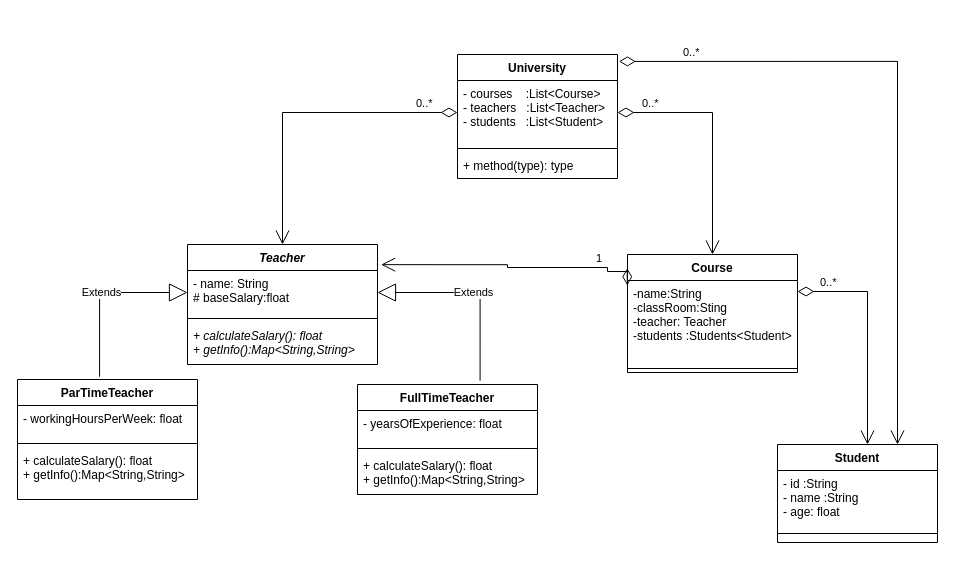
The draw.io diagram ULM-FinalProject.drawio in jhercas25/FinalProject, before the edit. Source tidied: cells renumbered, new cells numbered last; positions are measured from the earlier drawing's top-left corner, leaving out a move shared by most shapes. Both pictures are drawn from the tidied source at 100%, with x=0, y=0 at pixel (17, 54).
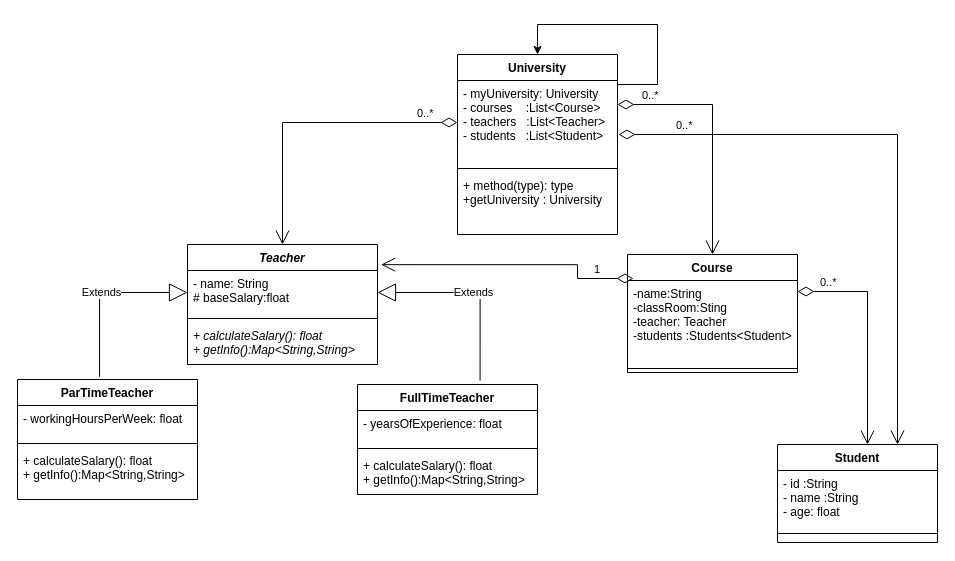
The same page after the edit.

Commit message (it also covers changes not shown here):
Refactor to final step after create new Course o Student

The change refers to these unchanged cells:
```xml
<mxCell id="6" value="Teacher" style="swimlane;fontStyle=3;align=center;verticalAlign=top;horizontal=1;startSize=26;" parent="1" vertex="1">
  <mxGeometry x="170" y="190" width="190" height="120" as="geometry" />
</mxCell>
<mxCell id="18" value="Course" style="swimlane;fontStyle=1;align=center;verticalAlign=top;horizontal=1;startSize=26;" parent="1" vertex="1">
  <mxGeometry x="610" y="200" width="170" height="118" as="geometry" />
</mxCell>
<mxCell id="21" value="Student" style="swimlane;fontStyle=1;align=center;verticalAlign=top;horizontal=1;startSize=26;" parent="1" vertex="1">
  <mxGeometry x="760" y="390" width="160" height="98" as="geometry" />
</mxCell>
```

Change to the diagram source:
```diff
@@
     <mxCell id="2" value="University" style="swimlane;fontStyle=1;align=center;verticalAlign=top;horizontal=1;startSize=26;" parent="1" vertex="1">
-      <mxGeometry x="440" width="160" height="124" as="geometry" />
+      <mxGeometry x="440" width="160" height="180" as="geometry" />
     </mxCell>
-    <mxCell id="3" value="- courses    :List&lt;Course&gt;&#10;- teachers   :List&lt;Teacher&gt;&#10;- students   :List&lt;Student&gt;&#10;" style="text;strokeColor=none;fillColor=none;align=left;verticalAlign=top;spacingLeft=4;spacingRight=4;overflow=hidden;points=[[0,0.5],[1,0.5]];portConstraint=eastwest;" parent="2" vertex="1">
-      <mxGeometry y="26" width="160" height="64" as="geometry" />
+    <mxCell id="3" value="- myUniversity: University&#10;- courses    :List&lt;Course&gt;&#10;- teachers   :List&lt;Teacher&gt;&#10;- students   :List&lt;Student&gt;&#10;" style="text;strokeColor=none;fillColor=none;align=left;verticalAlign=top;spacingLeft=4;spacingRight=4;overflow=hidden;points=[[0,0.5],[1,0.5]];portConstraint=eastwest;" parent="2" vertex="1">
+      <mxGeometry y="26" width="160" height="84" as="geometry" />
     </mxCell>
     <mxCell id="4" style="line;strokeWidth=1;fillColor=none;align=left;verticalAlign=middle;spacingTop=-1;spacingLeft=3;spacingRight=3;labelPosition=right;" parent="2" vertex="1">
-      <mxGeometry y="90" width="160" height="8" as="geometry" />
+      <mxGeometry y="110" width="160" height="8" as="geometry" />
     </mxCell>
-    <mxCell id="5" value="+ method(type): type" style="text;strokeColor=none;fillColor=none;align=left;verticalAlign=top;spacingLeft=4;spacingRight=4;overflow=hidden;" parent="2" vertex="1">
-      <mxGeometry y="98" width="160" height="26" as="geometry" />
+    <mxCell id="5" value="+ method(type): type&#10;+getUniversity : University" style="text;strokeColor=none;fillColor=none;align=left;verticalAlign=top;spacingLeft=4;spacingRight=4;overflow=hidden;" parent="2" vertex="1">
+      <mxGeometry y="118" width="160" height="62" as="geometry" />
     </mxCell>
+    <mxCell id="31" style="edgeStyle=orthogonalEdgeStyle;rounded=0;jettySize=auto;html=1;entryX=0.5;entryY=0;entryDx=0;entryDy=0;exitX=1;exitY=0.5;exitDx=0;exitDy=0;" parent="2" edge="1" source="3" target="2">
+      <mxGeometry relative="1" as="geometry">
+        <Array as="points">
+          <mxPoint x="160" y="30" />
+          <mxPoint x="200" y="30" />
+          <mxPoint x="200" y="-30" />
+          <mxPoint x="80" y="-30" />
+        </Array>
+      </mxGeometry>
+    </mxCell>
@@
-    <mxCell id="27" value="0..*" style="endArrow=open;html=1;endSize=12;startArrow=diamondThin;startSize=14;startFill=0;edgeStyle=orthogonalEdgeStyle;align=left;verticalAlign=bottom;rounded=0;entryX=0.5;entryY=0;entryDx=0;entryDy=0;exitX=1;exitY=0.5;exitDx=0;exitDy=0;" parent="1" edge="1" source="3" target="18">
+    <mxCell id="27" value="0..*" style="endArrow=open;html=1;endSize=12;startArrow=diamondThin;startSize=14;startFill=0;edgeStyle=orthogonalEdgeStyle;align=left;verticalAlign=bottom;rounded=0;entryX=0.5;entryY=0;entryDx=0;entryDy=0;" parent="1" edge="1" target="18">
       <mxGeometry x="-0.81" relative="1" as="geometry">
+        <mxPoint x="600" y="50" as="sourcePoint" />
         <Array as="points">
-          <mxPoint x="695" y="58" />
+          <mxPoint x="600" y="50" />
+          <mxPoint x="695" y="50" />
         </Array>
       </mxGeometry>
     </mxCell>
-    <mxCell id="28" value="0..*" style="endArrow=open;html=1;endSize=12;startArrow=diamondThin;startSize=14;startFill=0;edgeStyle=orthogonalEdgeStyle;align=left;verticalAlign=bottom;rounded=0;entryX=0.75;entryY=0;entryDx=0;entryDy=0;exitX=1.009;exitY=0.056;exitDx=0;exitDy=0;exitPerimeter=0;" parent="1" edge="1" source="2" target="21">
+    <mxCell id="28" value="0..*" style="endArrow=open;html=1;endSize=12;startArrow=diamondThin;startSize=14;startFill=0;edgeStyle=orthogonalEdgeStyle;align=left;verticalAlign=bottom;rounded=0;entryX=0.75;entryY=0;entryDx=0;entryDy=0;" parent="1" edge="1" target="21">
       <mxGeometry x="-0.81" relative="1" as="geometry">
+        <mxPoint x="601" y="80" as="sourcePoint" />
         <Array as="points">
-          <mxPoint x="880" y="7" />
+          <mxPoint x="601" y="80" />
+          <mxPoint x="880" y="80" />
         </Array>
       </mxGeometry>
     </mxCell>
-    <mxCell id="29" value="1" style="endArrow=open;html=1;endSize=12;startArrow=diamondThin;startSize=14;startFill=0;edgeStyle=orthogonalEdgeStyle;align=left;verticalAlign=bottom;rounded=0;entryX=1.019;entryY=0.168;entryDx=0;entryDy=0;exitX=-0.002;exitY=0.117;exitDx=0;exitDy=0;exitPerimeter=0;entryPerimeter=0;" parent="1" edge="1" source="18" target="6">
+    <mxCell id="29" value="1" style="endArrow=open;html=1;endSize=12;startArrow=diamondThin;startSize=14;startFill=0;edgeStyle=orthogonalEdgeStyle;align=left;verticalAlign=bottom;rounded=0;entryX=1.019;entryY=0.168;entryDx=0;entryDy=0;entryPerimeter=0;exitX=0.035;exitY=0.203;exitDx=0;exitDy=0;exitPerimeter=0;" parent="1" edge="1" source="18" target="6">
       <mxGeometry x="-0.69" relative="1" as="geometry">
         <Array as="points">
-          <mxPoint x="610" y="217" />
-          <mxPoint x="590" y="217" />
-          <mxPoint x="590" y="213" />
-          <mxPoint x="490" y="213" />
-          <mxPoint x="490" y="210" />
+          <mxPoint x="560" y="224" />
+          <mxPoint x="560" y="210" />
         </Array>
       </mxGeometry>
     </mxCell>
```
